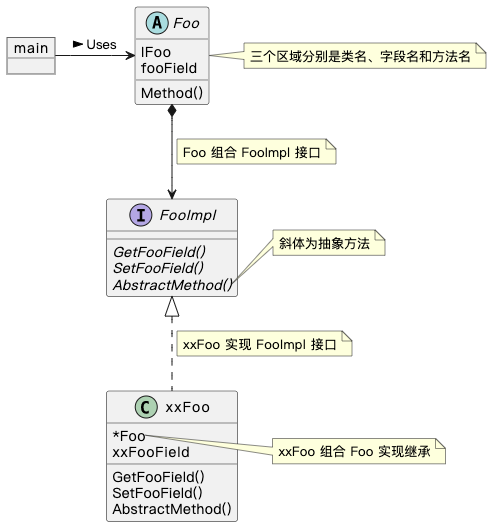
A11Might/golang-design-pattern keeps this PlantUML diagram as tutorial/class.png. Above is the earlier version. Its source is kept beside it as tutorial/class.puml.
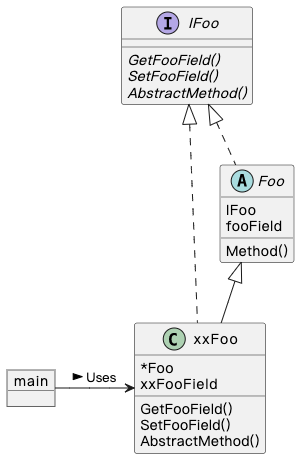
Later version of the same file.

Diff of the diagram source:
```diff
@@ -1,20 +1,16 @@
 @startuml
 
 object main
+interface IFoo {
+    {abstract}GetFooField()
+	{abstract}SetFooField()
+	{abstract}AbstractMethod()
+}
 abstract class Foo {
     IFoo
     fooField
     Method()
 }
-note right: 三个区域分别是类名、字段名和方法名
-interface FooImpl {
-    {abstract}GetFooField()
-	{abstract}SetFooField()
-	{abstract}AbstractMethod()
-}
-note right of FooImpl::AbstractMethod
-    斜体为抽象方法
-end note
 skinparam classAttributeIconSize 0
 class xxFoo {
     *Foo
@@ -23,14 +19,10 @@
 	SetFooField()
 	AbstractMethod()
 }
-note right of xxFoo::Foo
-xxFoo 组合 Foo 实现继承
-end note
 
-main -> Foo: Uses >
-Foo *--> FooImpl
-note on link: Foo 组合 FooImpl 接口
-FooImpl <|.. xxFoo
-note on link: xxFoo 实现 FooImpl 接口
+main -> xxFoo: Uses >
+IFoo <|.. Foo
+IFoo <|.. xxFoo
+Foo <|-- xxFoo
 
 @enduml
```
